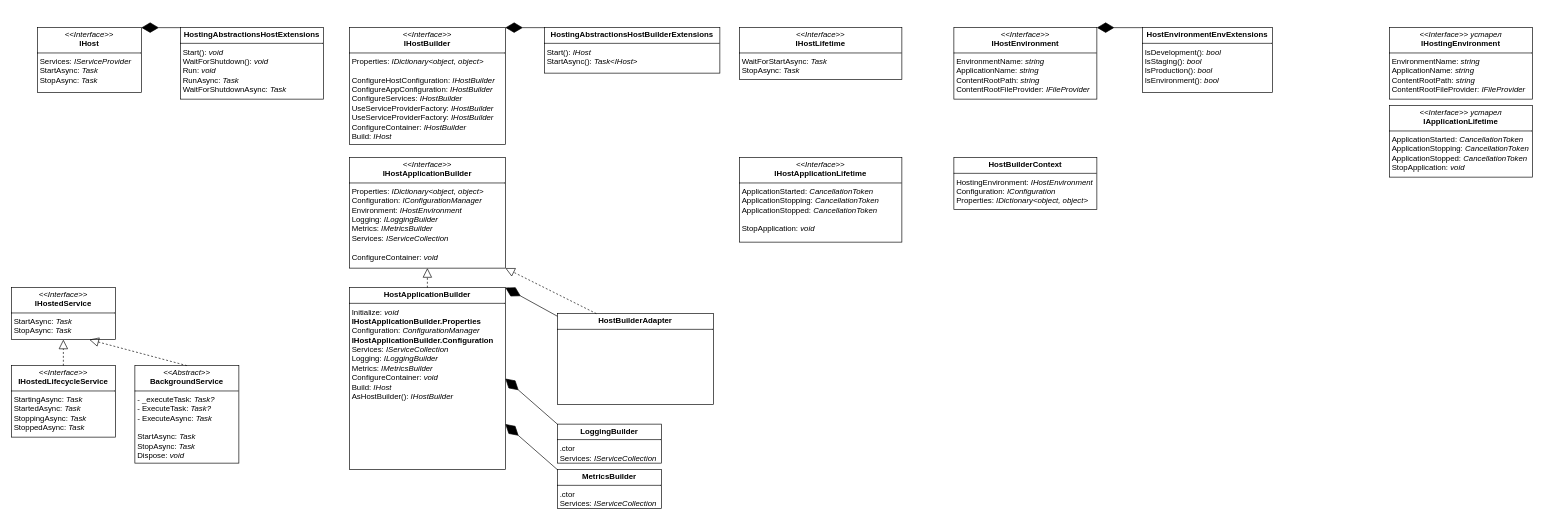
KondyubaBA/Foundation keeps this draw.io diagram as page "Hosting" (3 of 4) of .Net/Диаграмма без названия.drawio. Above is the earlier version. Source tidied: cells renumbered, new cells numbered last; positions are measured from the earlier drawing's top-left corner, leaving out a move shared by most shapes. Both pictures are drawn from the tidied source at 65%, with x=0, y=0 at pixel (11, 27).
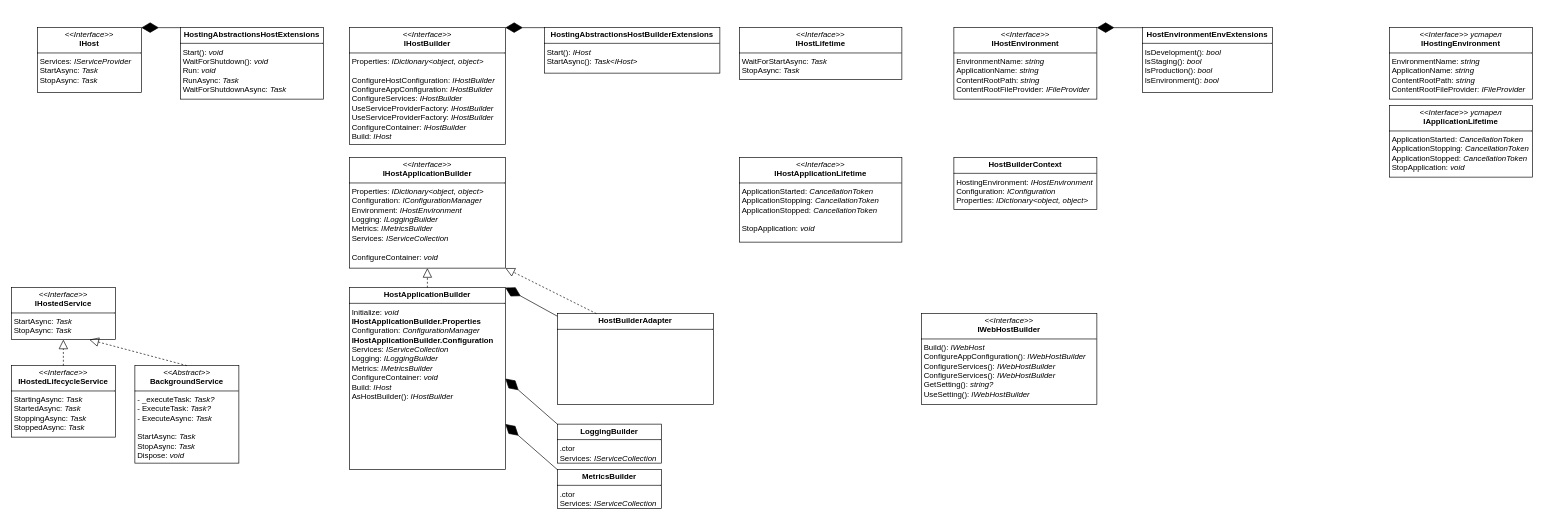
Above is the later version.

What changed in the source:
```diff
@@
+    <mxCell id="31" value="&lt;p style=&quot;margin:0px;margin-top:4px;text-align:center;&quot;&gt;&lt;i&gt;&amp;lt;&amp;lt;Interface&amp;gt;&amp;gt;&lt;/i&gt;&lt;br&gt;&lt;span style=&quot;background-color: initial; text-align: left;&quot;&gt;&lt;b&gt;IWebHostBuilder&lt;/b&gt;&lt;/span&gt;&lt;/p&gt;&lt;hr size=&quot;1&quot; style=&quot;border-style:solid;&quot;&gt;&lt;p style=&quot;margin:0px;margin-left:4px;&quot;&gt;Build():&amp;nbsp;&lt;span style=&quot;background-color: initial;&quot;&gt;&lt;i&gt;IWebHost&lt;/i&gt;&lt;/span&gt;&lt;br&gt;&lt;/p&gt;&lt;p style=&quot;margin:0px;margin-left:4px;&quot;&gt;&lt;span style=&quot;background-color: initial;&quot;&gt;ConfigureAppConfiguration():&lt;i&gt;&amp;nbsp;&lt;/i&gt;&lt;/span&gt;&lt;span style=&quot;background-color: initial;&quot;&gt;&lt;i&gt;IWebHostBuilder&lt;/i&gt;&lt;/span&gt;&lt;span style=&quot;background-color: initial;&quot;&gt;&lt;i&gt;&lt;br&gt;&lt;/i&gt;&lt;/span&gt;&lt;/p&gt;&lt;p style=&quot;margin:0px;margin-left:4px;&quot;&gt;&lt;span style=&quot;background-color: initial;&quot;&gt;ConfigureServices():&amp;nbsp;&lt;/span&gt;&lt;span style=&quot;background-color: initial;&quot;&gt;&lt;i&gt;IWebHostBuilder&lt;/i&gt;&lt;/span&gt;&lt;span style=&quot;background-color: initial;&quot;&gt;&lt;br&gt;&lt;/span&gt;&lt;/p&gt;&lt;p style=&quot;margin:0px;margin-left:4px;&quot;&gt;&lt;span style=&quot;background-color: initial;&quot;&gt;ConfigureServices():&lt;i&gt;&amp;nbsp;&lt;/i&gt;&lt;/span&gt;&lt;span style=&quot;background-color: initial;&quot;&gt;&lt;i&gt;IWebHostBuilder&lt;/i&gt;&lt;/span&gt;&lt;span style=&quot;background-color: initial;&quot;&gt;&lt;i&gt;&lt;br&gt;&lt;/i&gt;&lt;/span&gt;&lt;/p&gt;&lt;p style=&quot;margin:0px;margin-left:4px;&quot;&gt;&lt;span style=&quot;background-color: initial;&quot;&gt;GetSetting():&amp;nbsp;&lt;/span&gt;&lt;span style=&quot;background-color: initial;&quot;&gt;&lt;i&gt;string?&lt;/i&gt;&lt;/span&gt;&lt;span style=&quot;background-color: initial;&quot;&gt;&lt;br&gt;&lt;/span&gt;&lt;/p&gt;&lt;p style=&quot;margin:0px;margin-left:4px;&quot;&gt;&lt;span style=&quot;background-color: initial;&quot;&gt;UseSetting():&amp;nbsp;&lt;/span&gt;&lt;span style=&quot;background-color: initial;&quot;&gt;&lt;i&gt;IWebHostBuilder&lt;/i&gt;&lt;/span&gt;&lt;span style=&quot;background-color: initial;&quot;&gt;&lt;br&gt;&lt;/span&gt;&lt;/p&gt;" style="verticalAlign=top;align=left;overflow=fill;html=1;whiteSpace=wrap;" parent="1" vertex="1">
+      <mxGeometry x="1400" y="440" width="270" height="140" as="geometry" />
+    </mxCell>
```
